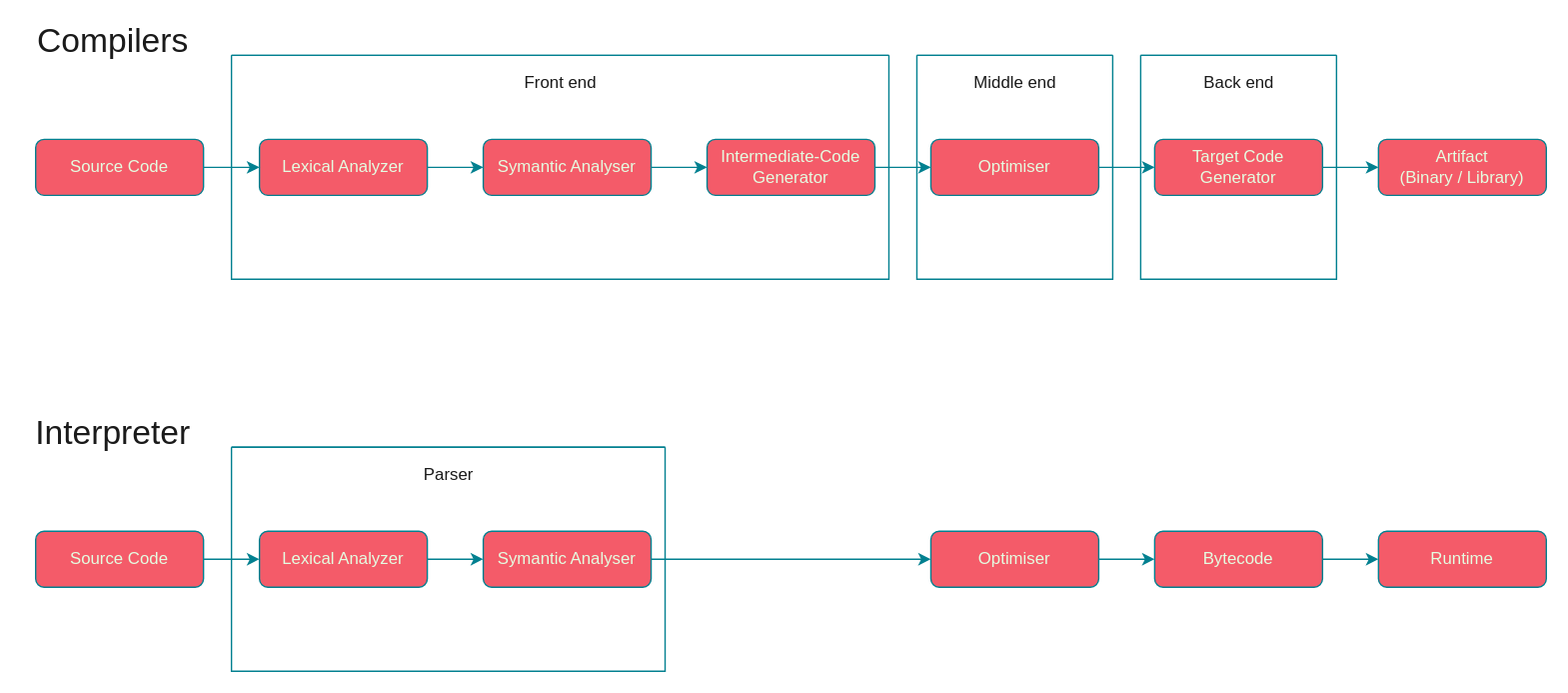
This is presentations/2021-09-Defcon44131/assets/compiler-interpreter.svg from GeekMasher/presentations, a draw.io export, as it was before one commit. Source tidied: cells renumbered, new cells last; positions are measured from the earlier drawing's top-left corner, leaving out a move shared by most shapes.
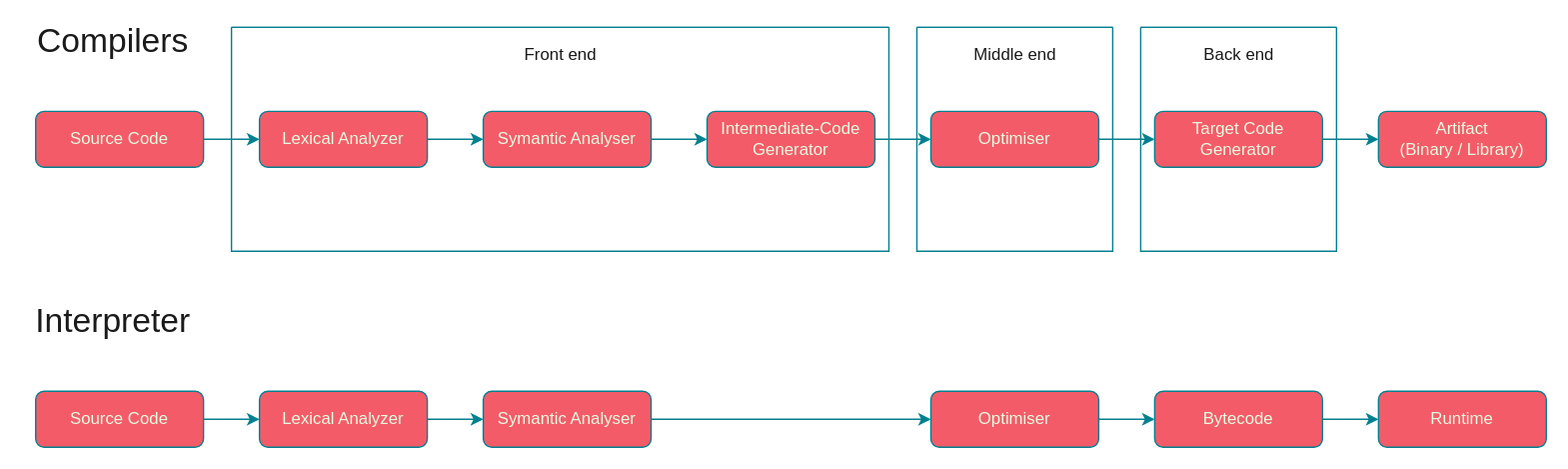
Later version of the same file.

Diff of the diagram source:
```diff
@@ -63,46 +63,40 @@
       <mxGeometry relative="1" as="geometry" />
     </mxCell>
     <mxCell id="22" value="Source Code" style="rounded=1;whiteSpace=wrap;html=1;sketch=0;fillColor=#F45B69;strokeColor=#028090;fontColor=#E4FDE1;" parent="1" vertex="1">
-      <mxGeometry x="10" y="360" width="120" height="40" as="geometry" />
+      <mxGeometry x="10" y="280" width="120" height="40" as="geometry" />
     </mxCell>
     <mxCell id="23" style="edgeStyle=orthogonalEdgeStyle;curved=0;rounded=1;sketch=0;jettySize=auto;html=1;exitX=1;exitY=0.5;exitDx=0;exitDy=0;entryX=0;entryY=0.5;entryDx=0;entryDy=0;fontColor=#E4FDE1;strokeColor=#028090;fillColor=#F45B69;labelBackgroundColor=#114B5F;" parent="1" edge="1" source="24" target="26">
       <mxGeometry relative="1" as="geometry" />
     </mxCell>
     <mxCell id="24" value="Lexical Analyzer" style="rounded=1;whiteSpace=wrap;html=1;sketch=0;fillColor=#F45B69;strokeColor=#028090;fontColor=#E4FDE1;" parent="1" vertex="1">
-      <mxGeometry x="170" y="360" width="120" height="40" as="geometry" />
+      <mxGeometry x="170" y="280" width="120" height="40" as="geometry" />
     </mxCell>
     <mxCell id="25" style="edgeStyle=orthogonalEdgeStyle;curved=0;rounded=1;sketch=0;jettySize=auto;html=1;entryX=0;entryY=0.5;entryDx=0;entryDy=0;fontColor=#E4FDE1;strokeColor=#028090;fillColor=#F45B69;exitX=1;exitY=0.5;exitDx=0;exitDy=0;labelBackgroundColor=#114B5F;" parent="1" edge="1" source="26" target="28">
       <mxGeometry relative="1" as="geometry" />
     </mxCell>
     <mxCell id="26" value="Symantic Analyser" style="rounded=1;whiteSpace=wrap;html=1;sketch=0;fillColor=#F45B69;strokeColor=#028090;fontColor=#E4FDE1;" parent="1" vertex="1">
-      <mxGeometry x="330" y="360" width="120" height="40" as="geometry" />
+      <mxGeometry x="330" y="280" width="120" height="40" as="geometry" />
     </mxCell>
     <mxCell id="27" style="edgeStyle=orthogonalEdgeStyle;curved=0;rounded=1;sketch=0;jettySize=auto;html=1;exitX=1;exitY=0.5;exitDx=0;exitDy=0;entryX=0;entryY=0.5;entryDx=0;entryDy=0;fontColor=#E4FDE1;strokeColor=#028090;fillColor=#F45B69;labelBackgroundColor=#114B5F;" parent="1" edge="1" source="28" target="32">
       <mxGeometry relative="1" as="geometry" />
     </mxCell>
     <mxCell id="28" value="Optimiser" style="rounded=1;whiteSpace=wrap;html=1;sketch=0;fillColor=#F45B69;strokeColor=#028090;fontColor=#E4FDE1;" parent="1" vertex="1">
-      <mxGeometry x="650" y="360" width="120" height="40" as="geometry" />
+      <mxGeometry x="650" y="280" width="120" height="40" as="geometry" />
     </mxCell>
-    <mxCell id="29" style="swimlane;startSize=0;rounded=0;sketch=0;fontColor=#E4FDE1;strokeColor=#028090;fillColor=#F45B69;" parent="1" vertex="1">
-      <mxGeometry x="150" y="300" width="310" height="160" as="geometry" />
-    </mxCell>
-    <mxCell id="30" value="&lt;font color=&quot;#1a1a1a&quot;&gt;Parser&lt;/font&gt;" style="text;html=1;align=center;verticalAlign=middle;strokeColor=none;fontColor=#E4FDE1;" parent="29" vertex="1">
-      <mxGeometry x="130" y="10" width="50" height="20" as="geometry" />
-    </mxCell>
     <mxCell id="31" style="edgeStyle=orthogonalEdgeStyle;curved=0;rounded=1;sketch=0;jettySize=auto;html=1;exitX=1;exitY=0.5;exitDx=0;exitDy=0;entryX=0;entryY=0.5;entryDx=0;entryDy=0;fontColor=#E4FDE1;strokeColor=#028090;fillColor=#F45B69;labelBackgroundColor=#114B5F;" parent="1" edge="1" source="32" target="33">
       <mxGeometry relative="1" as="geometry" />
     </mxCell>
     <mxCell id="32" value="Bytecode" style="rounded=1;whiteSpace=wrap;html=1;sketch=0;fillColor=#F45B69;strokeColor=#028090;fontColor=#E4FDE1;" parent="1" vertex="1">
-      <mxGeometry x="810" y="360" width="120" height="40" as="geometry" />
+      <mxGeometry x="810" y="280" width="120" height="40" as="geometry" />
     </mxCell>
     <mxCell id="33" value="Runtime" style="rounded=1;whiteSpace=wrap;html=1;sketch=0;fillColor=#F45B69;strokeColor=#028090;fontColor=#E4FDE1;" parent="1" vertex="1">
-      <mxGeometry x="970" y="360" width="120" height="40" as="geometry" />
+      <mxGeometry x="970" y="280" width="120" height="40" as="geometry" />
     </mxCell>
     <mxCell id="34" value="&lt;font style=&quot;font-size: 24px&quot; color=&quot;#1a1a1a&quot;&gt;Compilers&lt;/font&gt;" style="text;html=1;align=center;verticalAlign=middle;strokeColor=none;fontColor=#E4FDE1;" parent="1" vertex="1">
-      <mxGeometry x="5" width="120" height="20" as="geometry" />
+      <mxGeometry x="5" y="20" width="120" height="20" as="geometry" />
     </mxCell>
     <mxCell id="35" value="&lt;font color=&quot;#1a1a1a&quot;&gt;&lt;span style=&quot;font-size: 24px&quot;&gt;Interpreter&lt;/span&gt;&lt;/font&gt;" style="text;html=1;align=center;verticalAlign=middle;strokeColor=none;fontColor=#E4FDE1;" parent="1" vertex="1">
-      <mxGeometry y="280" width="130" height="20" as="geometry" />
+      <mxGeometry y="220" width="130" height="20" as="geometry" />
     </mxCell>
   </root>
 </mxGraphModel>
```
